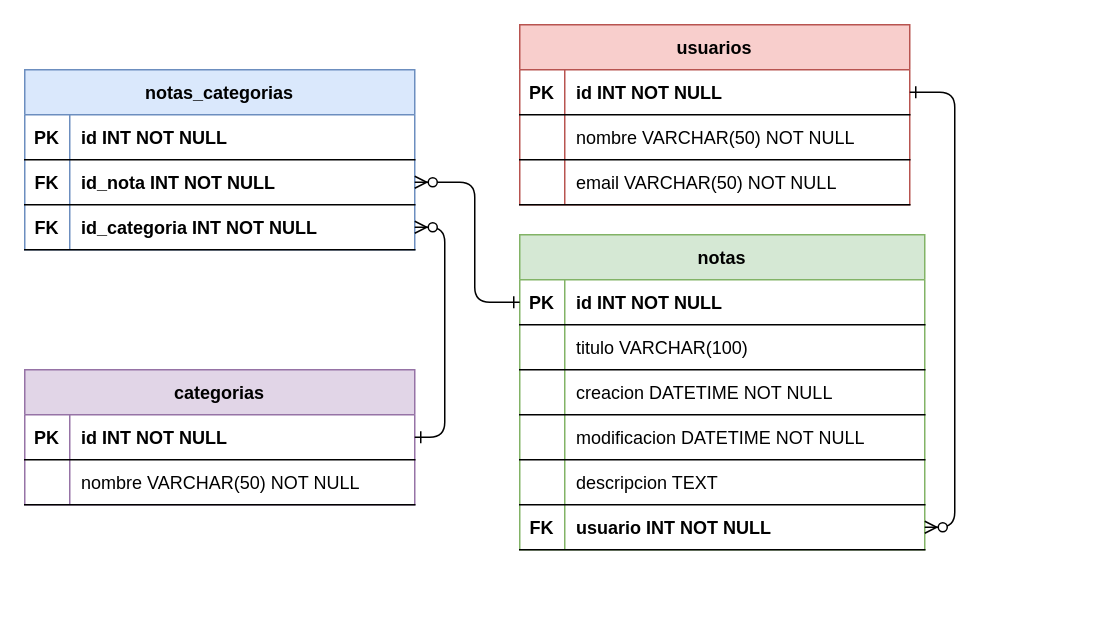
This is notas_db.drawio from JaimeMenendez/notas_db, a draw.io file, before an edit. Source tidied: cells renumbered, new cells numbered last; positions are measured from the earlier drawing's top-left corner, leaving out a move shared by most shapes. Both pictures are drawn from the tidied source at 150%, with x=0, y=0 at pixel (24, 24).
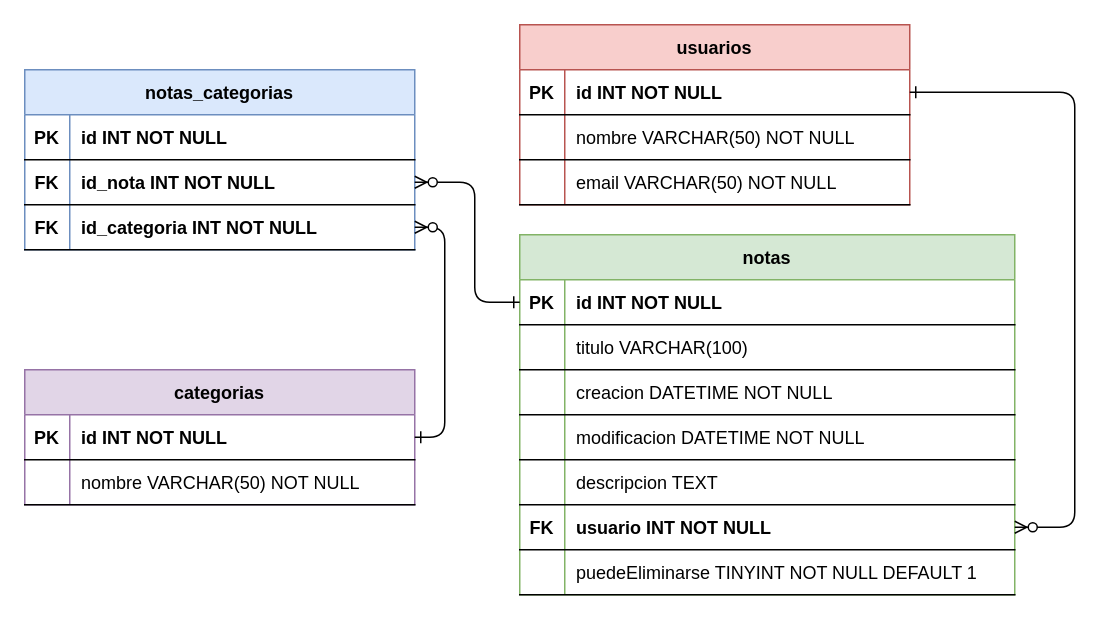
After the change.

Commit message (it also covers changes not shown here):
Added puedeEliminarse field to notas

Unchanged cells that the change refers to:
```xml
<mxCell id="22" style="shape=partialRectangle;fillColor=none;points=[[0,0.5],[1,0.5]];portConstraint=eastwest;top=0;left=0;right=0;bottom=1;" parent="21" vertex="1">
  <mxGeometry y="30" width="260" height="30" as="geometry" />
</mxCell>
```

The edit, as a diff of the source:
```diff
@@
     <mxCell id="2" value="notas" style="shape=table;startSize=30;childLayout=tableLayout;rowLines=0;fontStyle=1;align=center;fillColor=#d5e8d4;strokeColor=#82b366;" parent="1" vertex="1">
-      <mxGeometry x="330" y="140" width="270" height="210" as="geometry" />
+      <mxGeometry x="330" y="140" width="330" height="240" as="geometry" />
     </mxCell>
     <mxCell id="3" style="shape=partialRectangle;fillColor=none;points=[[0,0.5],[1,0.5]];portConstraint=eastwest;top=0;left=0;right=0;bottom=1;" parent="2" vertex="1">
-      <mxGeometry y="30" width="270" height="30" as="geometry" />
+      <mxGeometry y="30" width="330" height="30" as="geometry" />
     </mxCell>
@@
     <mxCell id="5" value="id INT NOT NULL" style="shape=partialRectangle;overflow=hidden;fillColor=none;top=0;left=0;bottom=0;right=0;align=left;spacingLeft=6;fontStyle=1;" parent="3" vertex="1">
-      <mxGeometry x="30" width="240" height="30" as="geometry" />
+      <mxGeometry x="30" width="300" height="30" as="geometry" />
     </mxCell>
     <mxCell id="6" style="shape=partialRectangle;fillColor=none;top=0;left=0;right=0;bottom=1;" parent="2" vertex="1">
-      <mxGeometry y="60" width="270" height="30" as="geometry" />
+      <mxGeometry y="60" width="330" height="30" as="geometry" />
     </mxCell>
@@
     <mxCell id="8" value="titulo VARCHAR(100) " style="shape=partialRectangle;overflow=hidden;fillColor=none;top=0;left=0;bottom=0;right=0;align=left;spacingLeft=6;fontStyle=0;" parent="6" vertex="1">
-      <mxGeometry x="30" width="240" height="30" as="geometry" />
+      <mxGeometry x="30" width="300" height="30" as="geometry" />
     </mxCell>
     <mxCell id="9" style="shape=partialRectangle;fillColor=none;top=0;left=0;right=0;bottom=1;fontStyle=0;" parent="2" vertex="1">
-      <mxGeometry y="90" width="270" height="30" as="geometry" />
+      <mxGeometry y="90" width="330" height="30" as="geometry" />
     </mxCell>
@@
     <mxCell id="11" value="creacion DATETIME NOT NULL" style="shape=partialRectangle;overflow=hidden;fillColor=none;top=0;left=0;bottom=0;right=0;align=left;spacingLeft=6;fontStyle=0;" parent="9" vertex="1">
-      <mxGeometry x="30" width="240" height="30" as="geometry" />
+      <mxGeometry x="30" width="300" height="30" as="geometry" />
     </mxCell>
     <mxCell id="12" style="shape=partialRectangle;fillColor=none;top=0;left=0;right=0;bottom=1;fontStyle=0;" parent="2" vertex="1">
-      <mxGeometry y="120" width="270" height="30" as="geometry" />
+      <mxGeometry y="120" width="330" height="30" as="geometry" />
     </mxCell>
@@
     <mxCell id="14" value="modificacion DATETIME NOT NULL " style="shape=partialRectangle;overflow=hidden;fillColor=none;top=0;left=0;bottom=0;right=0;align=left;spacingLeft=6;fontStyle=0;" parent="12" vertex="1">
-      <mxGeometry x="30" width="240" height="30" as="geometry" />
+      <mxGeometry x="30" width="300" height="30" as="geometry" />
     </mxCell>
     <mxCell id="15" style="shape=partialRectangle;fillColor=none;top=0;left=0;right=0;bottom=1;fontStyle=0;" parent="2" vertex="1">
-      <mxGeometry y="150" width="270" height="30" as="geometry" />
+      <mxGeometry y="150" width="330" height="30" as="geometry" />
     </mxCell>
@@
     <mxCell id="17" value="descripcion TEXT" style="shape=partialRectangle;overflow=hidden;fillColor=none;top=0;left=0;bottom=0;right=0;align=left;spacingLeft=6;fontStyle=0;" parent="15" vertex="1">
-      <mxGeometry x="30" width="240" height="30" as="geometry" />
+      <mxGeometry x="30" width="300" height="30" as="geometry" />
     </mxCell>
     <mxCell id="18" style="shape=partialRectangle;fillColor=none;points=[[0,0.5],[1,0.5]];portConstraint=eastwest;top=0;left=0;right=0;bottom=1;fontStyle=0;" parent="2" vertex="1">
-      <mxGeometry y="180" width="270" height="30" as="geometry" />
+      <mxGeometry y="180" width="330" height="30" as="geometry" />
     </mxCell>
@@
     <mxCell id="20" value="usuario INT NOT NULL" style="shape=partialRectangle;overflow=hidden;fillColor=none;top=0;left=0;bottom=0;right=0;align=left;spacingLeft=6;fontStyle=1;" parent="18" vertex="1">
-      <mxGeometry x="30" width="240" height="30" as="geometry" />
+      <mxGeometry x="30" width="300" height="30" as="geometry" />
     </mxCell>
+    <mxCell id="51" style="shape=partialRectangle;fillColor=none;top=0;left=0;right=0;bottom=1;fontStyle=0;" parent="2" vertex="1">
+      <mxGeometry y="210" width="330" height="30" as="geometry" />
+    </mxCell>
+    <mxCell id="52" style="shape=partialRectangle;overflow=hidden;fillColor=none;top=0;left=0;bottom=0;right=0;fontStyle=1;" parent="51" vertex="1">
+      <mxGeometry width="30" height="30" as="geometry" />
+    </mxCell>
+    <mxCell id="53" value="puedeEliminarse TINYINT NOT NULL DEFAULT 1" style="shape=partialRectangle;overflow=hidden;fillColor=none;top=0;left=0;bottom=0;right=0;align=left;spacingLeft=6;fontStyle=0;" parent="51" vertex="1">
+      <mxGeometry x="30" width="300" height="30" as="geometry" />
+    </mxCell>
@@
     <mxCell id="31" style="edgeStyle=elbowEdgeStyle;endArrow=ERzeroToMany;startArrow=ERone;endFill=1;startFill=0;entryX=1;entryY=0.5;entryDx=0;entryDy=0;exitX=1;exitY=0.5;exitDx=0;exitDy=0;" parent="1" edge="1" source="22" target="18">
       <mxGeometry relative="1" as="geometry">
         <Array as="points">
-          <mxPoint x="620" y="180" />
+          <mxPoint x="700" y="200" />
         </Array>
       </mxGeometry>
     </mxCell>
```
